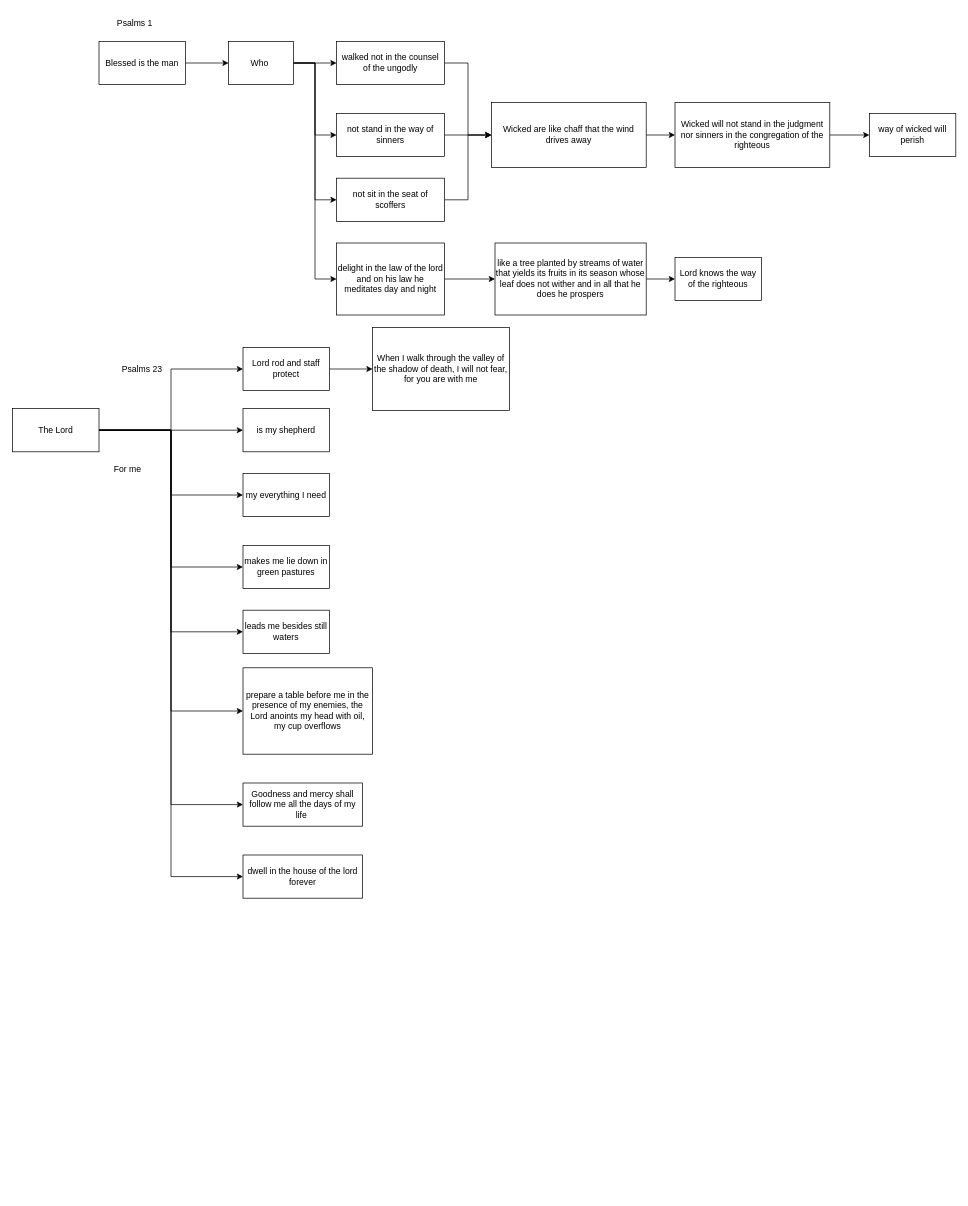
This is bible.drawio from KaidenCoder/DrawIORepo, a draw.io file, before an edit. Source tidied: cells renumbered, new cells numbered last; positions are measured from the earlier drawing's top-left corner, leaving out a move shared by most shapes. Both pictures are drawn from the tidied source at 72%, with x=0, y=0 at pixel (12, 12).
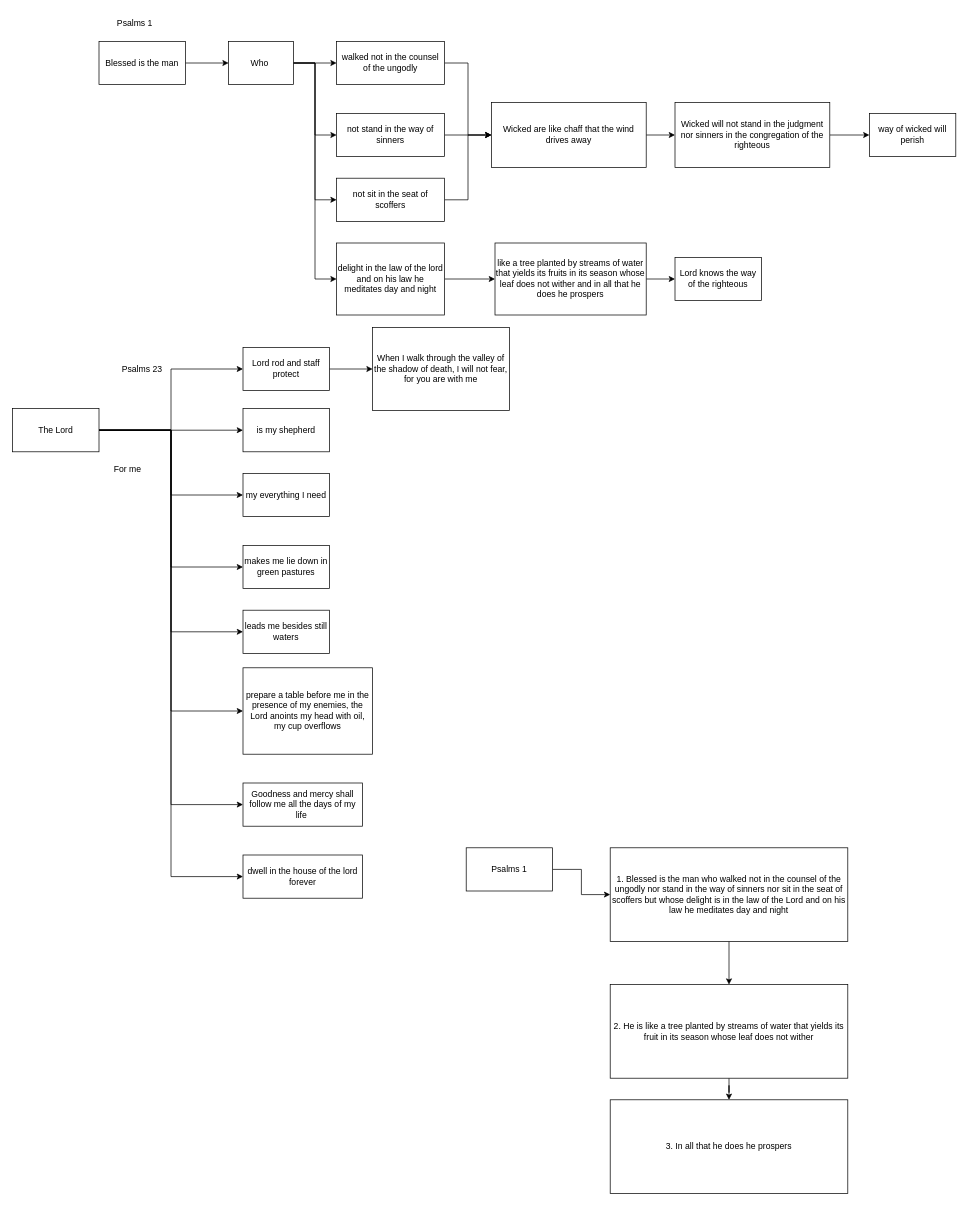
Above is the later version.

Diff of the diagram source:
```diff
@@
+    <mxCell id="47" style="edgeStyle=orthogonalEdgeStyle;rounded=0;jettySize=auto;html=1;" parent="1" edge="1" source="48" target="50">
+      <mxGeometry relative="1" as="geometry" />
+    </mxCell>
+    <mxCell id="48" value="Psalms 1" style="rounded=0;whiteSpace=wrap;html=1;" parent="1" vertex="1">
+      <mxGeometry x="630" y="1160" width="120" height="60" as="geometry" />
+    </mxCell>
+    <mxCell id="49" style="edgeStyle=orthogonalEdgeStyle;rounded=0;jettySize=auto;html=1;" parent="1" edge="1" source="50" target="52">
+      <mxGeometry relative="1" as="geometry" />
+    </mxCell>
+    <mxCell id="50" value="1. Blessed is the man who walked not in the counsel of the ungodly nor stand in the way of sinners nor sit in the seat of scoffers but whose delight is in the law of the Lord and on his law he meditates day and night" style="rounded=0;whiteSpace=wrap;html=1;" parent="1" vertex="1">
+      <mxGeometry x="830" y="1160" width="330" height="130" as="geometry" />
+    </mxCell>
+    <mxCell id="51" style="edgeStyle=orthogonalEdgeStyle;rounded=0;jettySize=auto;html=1;entryX=0.5;entryY=0;entryDx=0;entryDy=0;" parent="1" edge="1" source="52" target="53">
+      <mxGeometry relative="1" as="geometry" />
+    </mxCell>
+    <mxCell id="52" value="2. He is like a tree planted by streams of water that yields its fruit in its season whose leaf does not wither" style="rounded=0;whiteSpace=wrap;html=1;" parent="1" vertex="1">
+      <mxGeometry x="830" y="1350" width="330" height="130" as="geometry" />
+    </mxCell>
+    <mxCell id="53" value="3. In all that he does he prospers" style="rounded=0;whiteSpace=wrap;html=1;" parent="1" vertex="1">
+      <mxGeometry x="830" y="1510" width="330" height="130" as="geometry" />
+    </mxCell>
```
